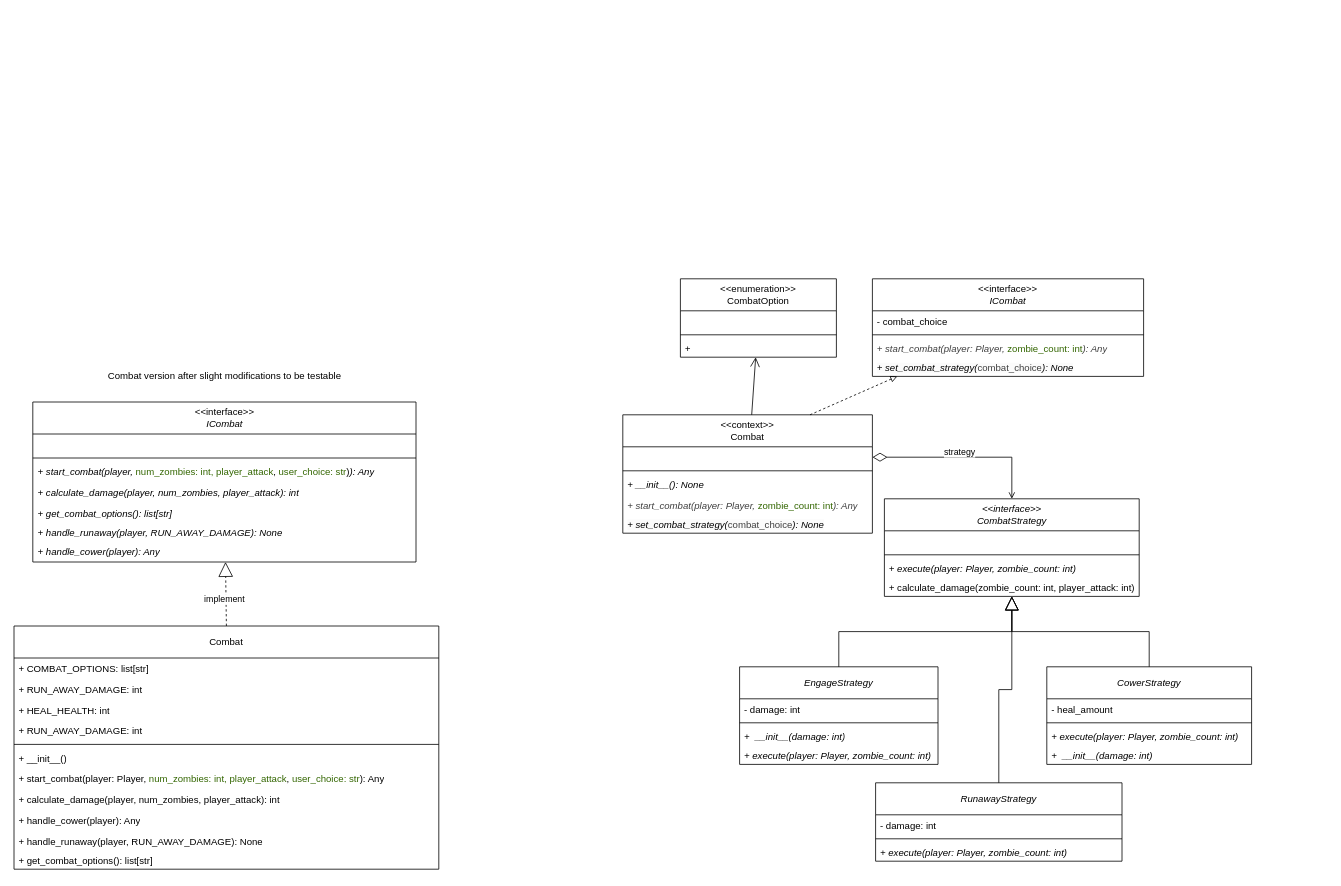
This is page "combat_after" (1 of 2) of src/model_after_pattern/after_pattern.drawio from arsenie-sarmiento/ZombieInMyPocket, a draw.io file, before an edit. Source tidied: cells renumbered, new cells numbered last; positions are measured from the earlier drawing's top-left corner, leaving out a move shared by most shapes. Both pictures are drawn from the tidied source at 80%, with x=0, y=0 at pixel (14, 278).
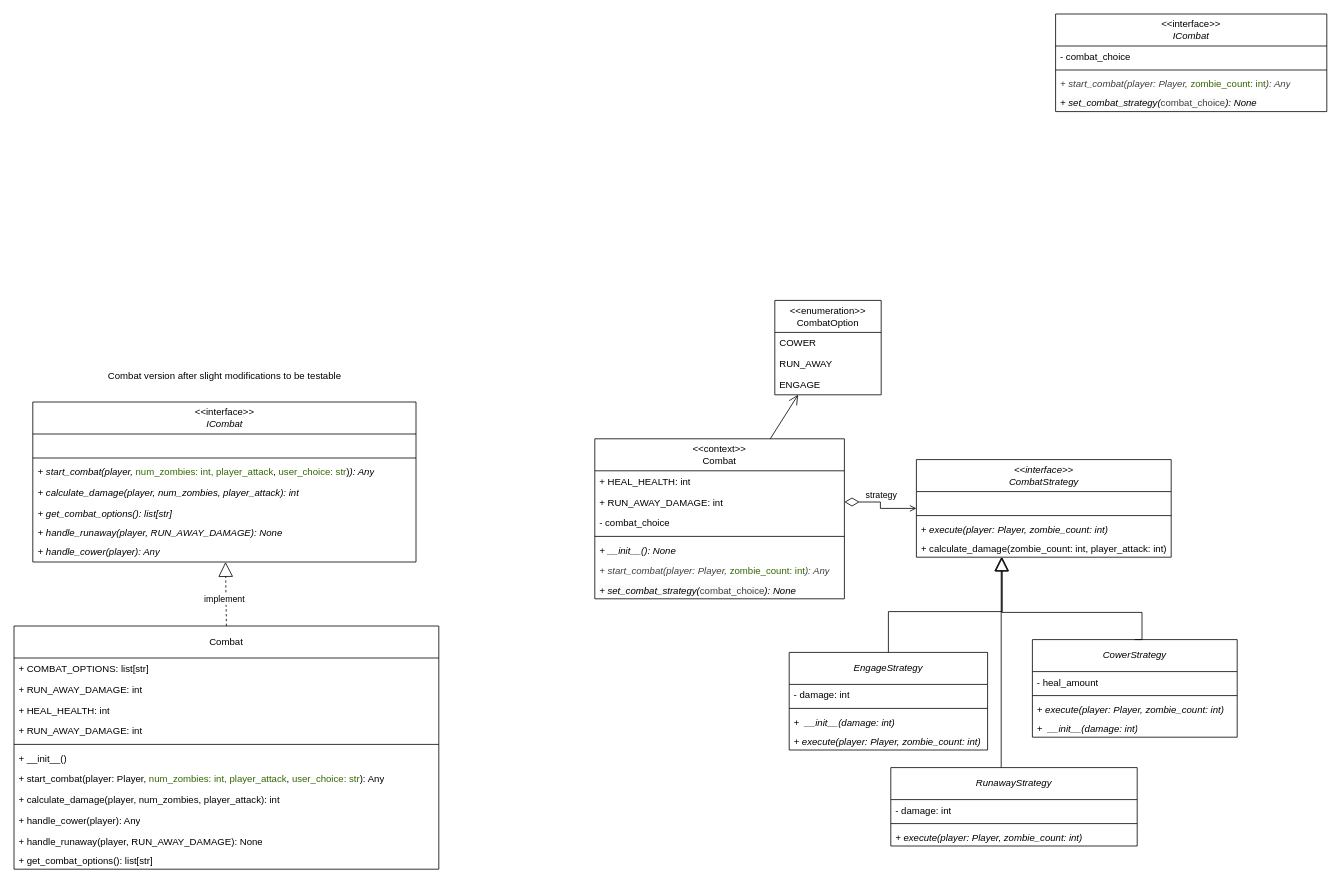
The same page after the edit.

Commit message (it also covers changes not shown here):
added class diagram after combat

What changed in the source:
```diff
@@
-    <mxCell id="26" style="html=1;endArrow=block;endFill=0;dashed=1;rounded=0;exitX=0.75;exitY=0;exitDx=0;exitDy=0;" parent="1" edge="1" source="27" target="61">
-      <mxGeometry relative="1" as="geometry" />
-    </mxCell>
     <mxCell id="27" value="&amp;lt;&amp;lt;context&amp;gt;&amp;gt;&lt;div&gt;Combat&lt;/div&gt;" style="swimlane;fontStyle=0;horizontal=1;startSize=40;fillColor=none;whiteSpace=wrap;html=1;" parent="1" vertex="1">
-      <mxGeometry x="761" y="170" width="312" height="148" as="geometry" />
+      <mxGeometry x="726" y="200" width="312" height="200" as="geometry" />
     </mxCell>
+    <mxCell id="66" value="+ HEAL_HEALTH: int" style="text;strokeColor=none;fillColor=none;align=left;verticalAlign=top;spacingLeft=4;spacingRight=4;overflow=hidden;whiteSpace=wrap;html=1;" parent="27" vertex="1">
+      <mxGeometry y="40" width="312" height="26" as="geometry" />
+    </mxCell>
-    <mxCell id="28" value="&amp;nbsp;" style="text;strokeColor=none;fillColor=none;align=left;verticalAlign=top;spacingLeft=4;spacingRight=4;overflow=hidden;points=[[0,0.5],[1,0.5]];portConstraint=eastwest;whiteSpace=wrap;html=1;" parent="27" vertex="1">
-      <mxGeometry y="40" width="312" height="26" as="geometry" />
+    <mxCell id="28" value="+ RUN_AWAY_DAMAGE: int" style="text;strokeColor=none;fillColor=none;align=left;verticalAlign=top;spacingLeft=4;spacingRight=4;overflow=hidden;points=[[0,0.5],[1,0.5]];portConstraint=eastwest;whiteSpace=wrap;html=1;" parent="27" vertex="1">
+      <mxGeometry y="66" width="312" height="26" as="geometry" />
     </mxCell>
+    <mxCell id="67" value="- combat_choice" style="text;strokeColor=none;fillColor=none;align=left;verticalAlign=top;spacingLeft=4;spacingRight=4;overflow=hidden;whiteSpace=wrap;html=1;" parent="27" vertex="1">
+      <mxGeometry y="92" width="312" height="26" as="geometry" />
+    </mxCell>
     <mxCell id="29" style="line;strokeWidth=1;fillColor=none;align=left;verticalAlign=middle;spacingTop=-1;spacingLeft=3;spacingRight=3;labelPosition=right;strokeColor=inherit;" parent="27" vertex="1">
-      <mxGeometry y="66" width="312" height="8" as="geometry" />
+      <mxGeometry y="118" width="312" height="8" as="geometry" />
     </mxCell>
     <mxCell id="30" value="+ __init__(): None" style="text;strokeColor=none;fillColor=none;align=left;verticalAlign=top;spacingLeft=4;spacingRight=4;overflow=hidden;whiteSpace=wrap;html=1;fontStyle=2;" parent="27" vertex="1">
-      <mxGeometry y="74" width="312" height="26" as="geometry" />
+      <mxGeometry y="126" width="312" height="26" as="geometry" />
     </mxCell>
     <mxCell id="31" value="&lt;span style=&quot;color: rgb(63, 63, 63);&quot;&gt;+&amp;nbsp;start_combat(player: Player,&amp;nbsp;&lt;/span&gt;&lt;font style=&quot;scrollbar-color: rgb(226, 226, 226) rgb(251, 251, 251); font-style: normal; color: rgb(51, 102, 0);&quot;&gt;zombie_count: int&lt;/font&gt;&lt;span style=&quot;color: rgb(63, 63, 63);&quot;&gt;): Any&lt;/span&gt;" style="text;strokeColor=none;fillColor=none;align=left;verticalAlign=top;spacingLeft=4;spacingRight=4;overflow=hidden;whiteSpace=wrap;html=1;fontStyle=2;fontColor=default;" parent="27" vertex="1">
-      <mxGeometry y="100" width="312" height="24" as="geometry" />
+      <mxGeometry y="152" width="312" height="24" as="geometry" />
     </mxCell>
     <mxCell id="32" value="&lt;span style=&quot;scrollbar-color: rgb(226, 226, 226) rgb(251, 251, 251); background-color: rgb(251, 251, 251); float: none; display: inline !important; color: rgb(0, 0, 0);&quot;&gt;+ set_combat_strategy(&lt;/span&gt;&lt;span style=&quot;scrollbar-color: rgb(226, 226, 226) rgb(251, 251, 251); font-style: normal; background-color: rgb(251, 251, 251); color: rgb(63, 63, 63);&quot;&gt;combat_choice&lt;/span&gt;&lt;span style=&quot;scrollbar-color: rgb(226, 226, 226) rgb(251, 251, 251); background-color: rgb(251, 251, 251); float: none; display: inline !important; color: rgb(0, 0, 0);&quot;&gt;): None&lt;/span&gt;" style="text;strokeColor=none;fillColor=none;align=left;verticalAlign=top;spacingLeft=4;spacingRight=4;overflow=hidden;whiteSpace=wrap;html=1;fontStyle=2;fontColor=default;" parent="27" vertex="1">
-      <mxGeometry y="124" width="312" height="24" as="geometry" />
+      <mxGeometry y="176" width="312" height="24" as="geometry" />
     </mxCell>
@@
     <mxCell id="35" value="&lt;i&gt;&amp;lt;&amp;lt;interface&amp;gt;&amp;gt;&lt;/i&gt;&lt;div&gt;&lt;i&gt;CombatStrategy&lt;/i&gt;&lt;/div&gt;" style="swimlane;fontStyle=0;horizontal=1;startSize=40;fillColor=none;whiteSpace=wrap;html=1;" parent="1" vertex="1">
-      <mxGeometry x="1088" y="275" width="318.5" height="122" as="geometry" />
+      <mxGeometry x="1128" y="226" width="318.5" height="122" as="geometry" />
     </mxCell>
@@
     <mxCell id="40" style="edgeStyle=orthogonalEdgeStyle;html=1;exitX=0.5;exitY=0;exitDx=0;exitDy=0;rounded=0;curved=0;endArrow=block;endFill=0;endSize=15;" parent="1" edge="1" source="41" target="35">
-      <mxGeometry relative="1" as="geometry" />
+      <mxGeometry relative="1" as="geometry">
+        <Array as="points">
+          <mxPoint x="1093" y="416" />
+          <mxPoint x="1235" y="416" />
+        </Array>
+      </mxGeometry>
     </mxCell>
     <mxCell id="41" value="&lt;i&gt;EngageStrategy&lt;/i&gt;" style="swimlane;fontStyle=0;horizontal=1;startSize=40;fillColor=none;whiteSpace=wrap;html=1;" parent="1" vertex="1">
-      <mxGeometry x="907" y="485" width="248" height="122" as="geometry" />
+      <mxGeometry x="969" y="467" width="248" height="122" as="geometry" />
     </mxCell>
@@
     <mxCell id="46" value="&lt;i&gt;RunawayStrategy&lt;/i&gt;" style="swimlane;fontStyle=0;horizontal=1;startSize=40;fillColor=none;whiteSpace=wrap;html=1;" parent="1" vertex="1">
-      <mxGeometry x="1077" y="630" width="308" height="98" as="geometry" />
+      <mxGeometry x="1096" y="611" width="308" height="98" as="geometry" />
     </mxCell>
@@
     <mxCell id="50" value="&lt;i&gt;CowerStrategy&lt;/i&gt;" style="swimlane;fontStyle=0;horizontal=1;startSize=40;fillColor=none;whiteSpace=wrap;html=1;" parent="1" vertex="1">
-      <mxGeometry x="1291" y="485" width="256" height="122" as="geometry" />
+      <mxGeometry x="1273" y="451" width="256" height="122" as="geometry" />
     </mxCell>
@@
     <mxCell id="55" style="edgeStyle=orthogonalEdgeStyle;html=1;exitX=0.5;exitY=0;exitDx=0;exitDy=0;rounded=0;curved=0;endArrow=block;endFill=0;endSize=15;" parent="1" edge="1" source="50" target="35">
-      <mxGeometry relative="1" as="geometry" />
+      <mxGeometry relative="1" as="geometry">
+        <Array as="points">
+          <mxPoint x="1410" y="451" />
+          <mxPoint x="1410" y="417" />
+          <mxPoint x="1235" y="417" />
+        </Array>
+      </mxGeometry>
     </mxCell>
     <mxCell id="56" style="edgeStyle=orthogonalEdgeStyle;html=1;rounded=0;curved=0;endArrow=block;endFill=0;endSize=15;" parent="1" edge="1" source="46" target="35">
-      <mxGeometry relative="1" as="geometry" />
+      <mxGeometry relative="1" as="geometry">
+        <Array as="points">
+          <mxPoint x="1234" y="488" />
+          <mxPoint x="1234" y="488" />
+        </Array>
+      </mxGeometry>
     </mxCell>
     <mxCell id="57" value="&amp;lt;&amp;lt;enumeration&amp;gt;&amp;gt;&lt;div&gt;CombatOption&lt;/div&gt;" style="swimlane;fontStyle=0;horizontal=1;startSize=40;fillColor=none;whiteSpace=wrap;html=1;" parent="1" vertex="1">
-      <mxGeometry x="833" width="195" height="98" as="geometry" />
+      <mxGeometry x="951" y="27" width="133" height="118" as="geometry" />
     </mxCell>
-    <mxCell id="58" value="&amp;nbsp;" style="text;strokeColor=none;fillColor=none;align=left;verticalAlign=top;spacingLeft=4;spacingRight=4;overflow=hidden;whiteSpace=wrap;html=1;" parent="57" vertex="1">
-      <mxGeometry y="40" width="195" height="26" as="geometry" />
+    <mxCell id="58" value="&lt;div&gt;COWER&lt;/div&gt;" style="text;strokeColor=none;fillColor=none;align=left;verticalAlign=top;spacingLeft=4;spacingRight=4;overflow=hidden;whiteSpace=wrap;html=1;" parent="57" vertex="1">
+      <mxGeometry y="40" width="133" height="26" as="geometry" />
     </mxCell>
-    <mxCell id="59" style="line;strokeWidth=1;fillColor=none;align=left;verticalAlign=middle;spacingTop=-1;spacingLeft=3;spacingRight=3;labelPosition=right;strokeColor=inherit;" parent="57" vertex="1">
-      <mxGeometry y="66" width="195" height="8" as="geometry" />
-    </mxCell>
-    <mxCell id="60" value="+&amp;nbsp;" style="text;strokeColor=none;fillColor=none;align=left;verticalAlign=top;spacingLeft=4;spacingRight=4;overflow=hidden;whiteSpace=wrap;html=1;fontStyle=2;" parent="57" vertex="1">
-      <mxGeometry y="74" width="195" height="24" as="geometry" />
-    </mxCell>
+    <mxCell id="68" value="RUN_AWAY" style="text;strokeColor=none;fillColor=none;align=left;verticalAlign=top;spacingLeft=4;spacingRight=4;overflow=hidden;whiteSpace=wrap;html=1;" parent="57" vertex="1">
+      <mxGeometry y="66" width="133" height="26" as="geometry" />
+    </mxCell>
+    <mxCell id="69" value="ENGAGE" style="text;strokeColor=none;fillColor=none;align=left;verticalAlign=top;spacingLeft=4;spacingRight=4;overflow=hidden;whiteSpace=wrap;html=1;" parent="57" vertex="1">
+      <mxGeometry y="92" width="133" height="26" as="geometry" />
+    </mxCell>
     <mxCell id="61" value="&amp;lt;&amp;lt;interface&amp;gt;&amp;gt;&lt;div&gt;&lt;i&gt;ICombat&lt;/i&gt;&lt;/div&gt;" style="swimlane;fontStyle=0;horizontal=1;startSize=40;fillColor=none;whiteSpace=wrap;html=1;" parent="1" vertex="1">
-      <mxGeometry x="1073" width="339" height="122" as="geometry" />
+      <mxGeometry x="1302" y="-331" width="339" height="122" as="geometry" />
     </mxCell>
```
